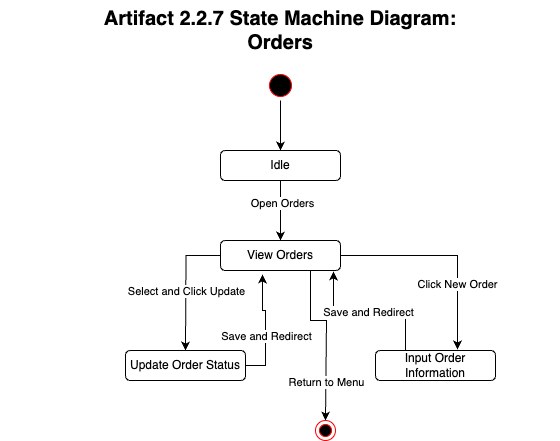
Earlier version of the draw.io export Evidence Folder/2. Design Artifacts/Behaviour Diagrams/Arifact 2.2 State Machine Diagrams/Artifact 2.2.8 State Machine Diagram Orders.png (ReginaAqua/RestaurantManagementSystem). Source tidied: cells renumbered, new cells last; positions are measured from the earlier drawing's top-left corner, leaving out a move shared by most shapes.
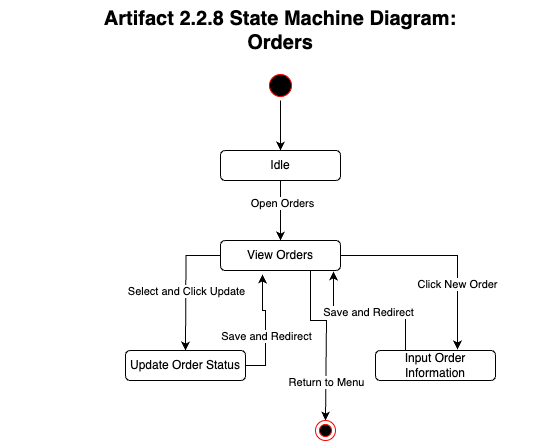
After the commit.

The edit, as a diff of the source:
```diff
@@ -67,7 +67,7 @@
     <mxCell id="20" style="ellipse;html=1;shape=endState;fillColor=#000000;strokeColor=#ff0000;" parent="1" vertex="1">
       <mxGeometry x="315" y="420" width="20" height="20" as="geometry" />
     </mxCell>
-    <mxCell id="21" value="&lt;b style=&quot;forced-color-adjust: none; color: rgb(0, 0, 0); font-family: Helvetica; font-size: 12px; font-style: normal; font-variant-ligatures: normal; font-variant-caps: normal; letter-spacing: normal; orphans: 2; text-indent: 0px; text-transform: none; widows: 2; word-spacing: 0px; -webkit-text-stroke-width: 0px; white-space: normal; text-decoration-thickness: initial; text-decoration-style: initial; text-decoration-color: initial; background-color: rgb(251, 251, 251);&quot;&gt;&lt;font style=&quot;forced-color-adjust: none; font-size: 20px; background-color: light-dark(#ffffff, var(--ge-dark-color, #121212));&quot;&gt;Artifact 2.2.7 State Machine Diagram:&lt;/font&gt;&lt;/b&gt;&lt;div&gt;&lt;span style=&quot;font-size: 20px; background-color: rgb(255, 255, 255);&quot;&gt;&lt;b&gt;Orders&lt;/b&gt;&lt;/span&gt;&lt;/div&gt;" style="text;whiteSpace=wrap;html=1;align=center;" parent="1" vertex="1">
+    <mxCell id="21" value="&lt;b style=&quot;forced-color-adjust: none; color: rgb(0, 0, 0); font-family: Helvetica; font-size: 12px; font-style: normal; font-variant-ligatures: normal; font-variant-caps: normal; letter-spacing: normal; orphans: 2; text-indent: 0px; text-transform: none; widows: 2; word-spacing: 0px; -webkit-text-stroke-width: 0px; white-space: normal; text-decoration-thickness: initial; text-decoration-style: initial; text-decoration-color: initial; background-color: rgb(251, 251, 251);&quot;&gt;&lt;font style=&quot;forced-color-adjust: none; font-size: 20px; background-color: light-dark(#ffffff, var(--ge-dark-color, #121212));&quot;&gt;Artifact 2.2.8 State Machine Diagram:&lt;/font&gt;&lt;/b&gt;&lt;div&gt;&lt;span style=&quot;font-size: 20px; background-color: rgb(255, 255, 255);&quot;&gt;&lt;b&gt;Orders&lt;/b&gt;&lt;/span&gt;&lt;/div&gt;" style="text;whiteSpace=wrap;html=1;align=center;" parent="1" vertex="1">
       <mxGeometry width="560" height="70" as="geometry" />
     </mxCell>
   </root>
```
